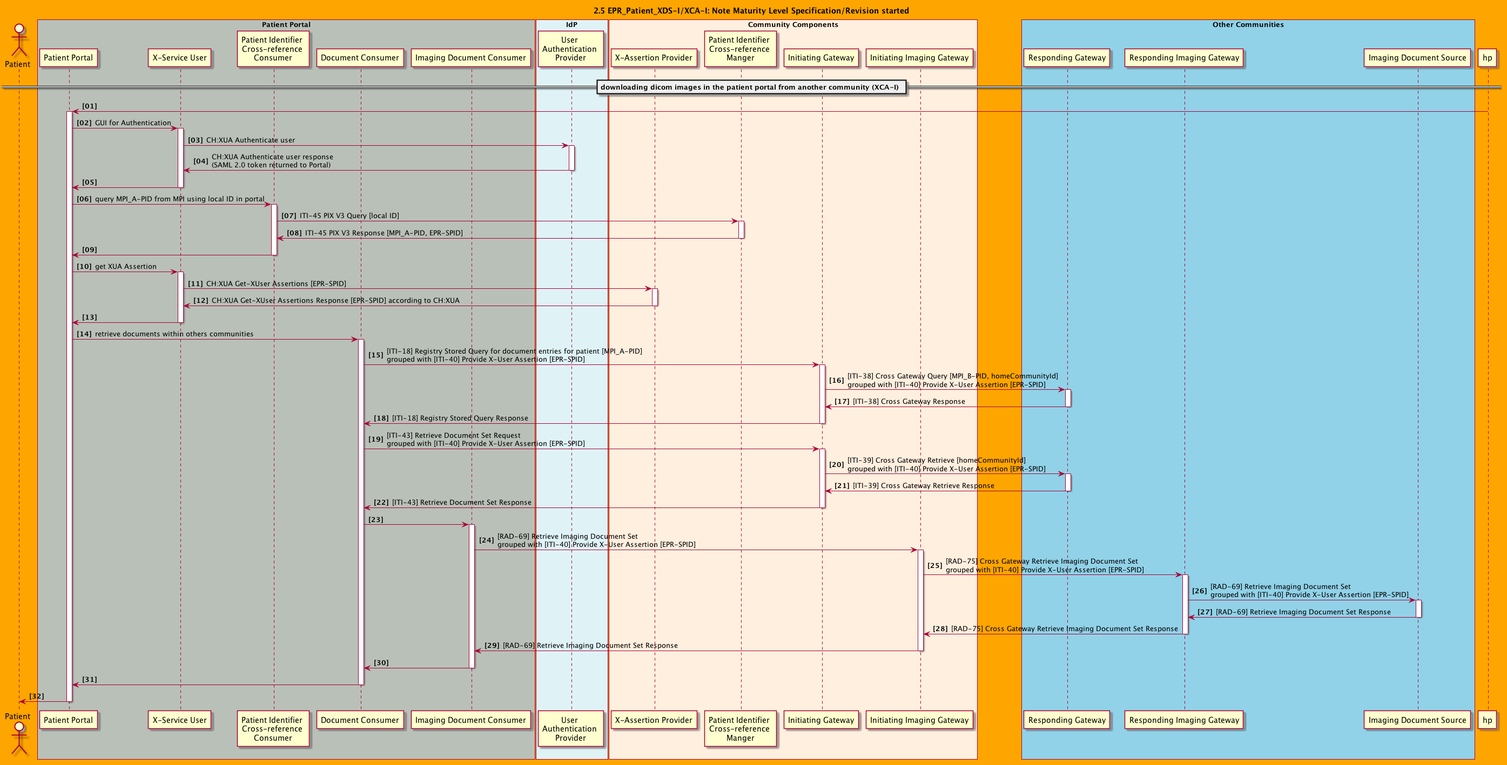
The PlantUML diagram 2_05_EPR_Patient_XDS-I_XCA-I_2of2.plantuml.png in ahdis/ch-epr-seqdiag, before a commit.
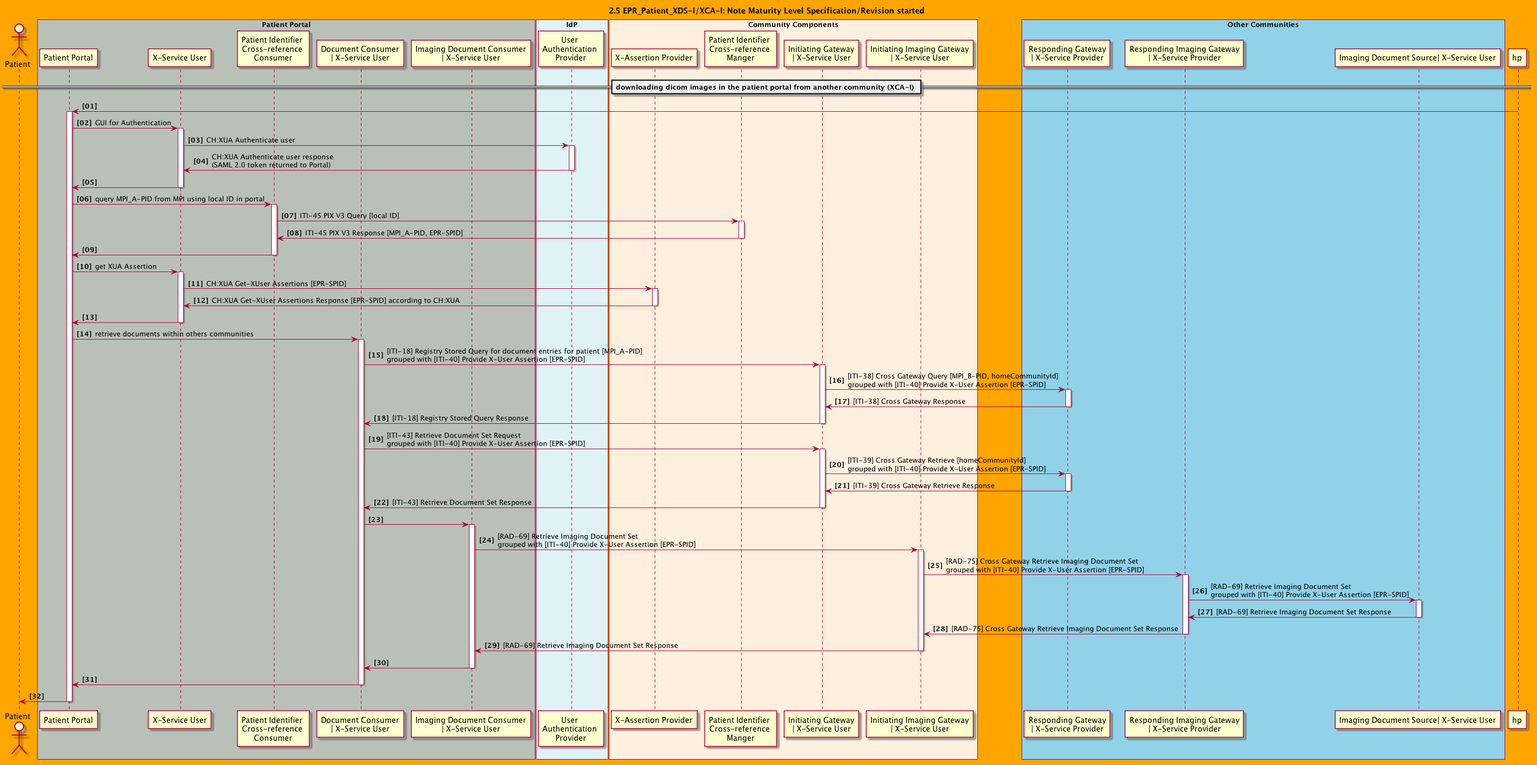
Later version of the same file.

Change to the diagram source:
```diff
@@ -13,8 +13,8 @@
 	participant pp_gui as "Patient Portal"
 	participant pp_x_service_user as "X-Service User"
 	participant pp_pix_x_ref_consumer as "Patient Identifier \nCross-reference \nConsumer"
-    participant pp_doc_consumer as "Document Consumer"
-	participant pp_img_doc_consumer as "Imaging Document Consumer"
+    participant pp_doc_consumer as "Document Consumer\n| X-Service User"
+	participant pp_img_doc_consumer as "Imaging Document Consumer\n| X-Service User"
 end box
 
 box "IdP" #DFF3F7
@@ -24,14 +24,14 @@
 box "Community Components" #FFEFDE
 	participant cc_x_assertion_provider as "X-Assertion Provider"
 	participant cc_mpi_x_ref_manager as "Patient Identifier \nCross-reference \nManger"
-	participant cc_ig as "Initiating Gateway"
-	participant cc_img_ig as "Initiating Imaging Gateway"
+	participant cc_ig as "Initiating Gateway\n| X-Service User"
+	participant cc_img_ig as "Initiating Imaging Gateway\n| X-Service User"
 end box
 
 box "Other Communities" #91D2E8
-	participant xc_rg as "Responding Gateway"
-	participant xc_img_rg as "Responding Imaging Gateway"
-	participant xc_img_docsource as "Imaging Document Source"
+	participant xc_rg as "Responding Gateway\n| X-Service Provider"
+	participant xc_img_rg as "Responding Imaging Gateway\n| X-Service Provider"
+	participant xc_img_docsource as "Imaging Document Source| X-Service User"
 end box
 
 == downloading dicom images in the patient portal from another community (XCA-I) ==
```
